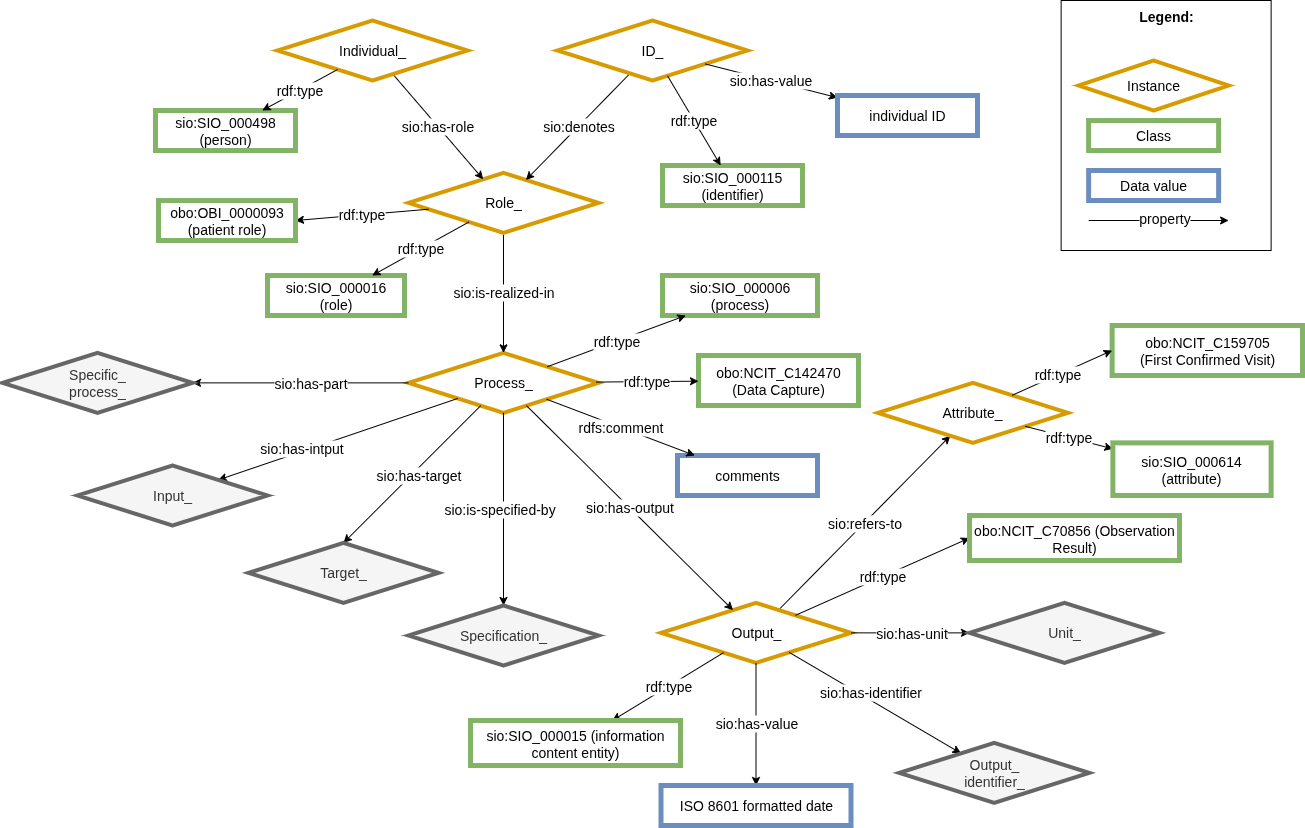
Earlier version of the draw.io export images/CARE-SM-First_visit.drawio.png (CARE-SM/CARE-Semantic-Model). Source tidied: cells renumbered, new cells last; positions are measured from the earlier drawing's top-left corner, leaving out a move shared by most shapes.
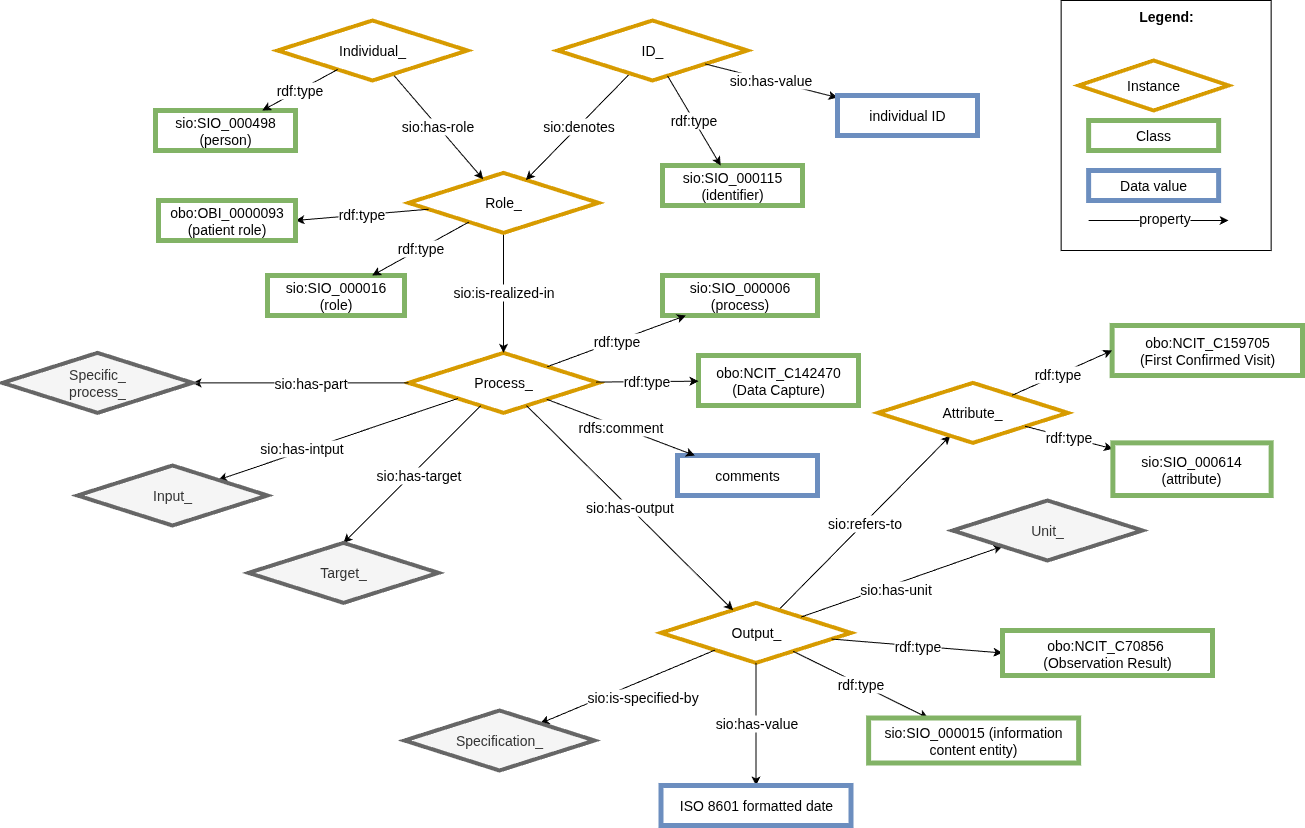
After the change.

The edit, as a diff of the source:
```diff
@@ -21,7 +21,7 @@
       <mxGeometry relative="1" as="geometry" />
     </mxCell>
     <mxCell id="8" value="&lt;font style=&quot;font-size: 14px;&quot;&gt;sio:SIO_000015 (information content entity)&lt;/font&gt;" style="whiteSpace=wrap;html=1;fillColor=#FFFFFF;strokeColor=#82b366;strokeWidth=5;fontSize=14;" parent="1" vertex="1">
-      <mxGeometry x="468" y="720" width="210" height="45" as="geometry" />
+      <mxGeometry x="866.1" y="717.5" width="210" height="45" as="geometry" />
     </mxCell>
     <mxCell id="9" value="Role_" style="rhombus;whiteSpace=wrap;html=1;fillColor=#FFFFFF;strokeColor=#D79B00;perimeter=rhombusPerimeter;arcSize=20;comic=0;enumerate=0;strokeWidth=4;rounded=0;fontSize=14;" parent="1" vertex="1">
       <mxGeometry x="406" y="172.4" width="190" height="60" as="geometry" />
@@ -64,7 +64,7 @@
         <mxPoint x="-61" y="18" as="offset" />
       </mxGeometry>
     </mxCell>
-    <mxCell id="22" style="edgeStyle=none;rounded=0;jettySize=auto;html=1;strokeWidth=1;fontSize=14;" parent="1" edge="1" source="4" target="24">
+    <mxCell id="22" style="edgeStyle=none;rounded=0;jettySize=auto;html=1;strokeWidth=1;fontSize=14;" parent="1" edge="1" source="3" target="24">
       <mxGeometry relative="1" as="geometry" />
     </mxCell>
     <mxCell id="23" value="sio:is-specified-by" style="edgeLabel;html=1;align=center;verticalAlign=middle;fontSize=14;" parent="22" vertex="1">
@@ -73,7 +73,7 @@
       </mxGeometry>
     </mxCell>
     <mxCell id="24" value="Specification_" style="rhombus;whiteSpace=wrap;html=1;fillColor=#f5f5f5;strokeColor=#666666;perimeter=rhombusPerimeter;arcSize=20;comic=0;enumerate=0;strokeWidth=4;rounded=0;fontSize=14;fontColor=#333333;" parent="1" vertex="1">
-      <mxGeometry x="406" y="605" width="190" height="60" as="geometry" />
+      <mxGeometry x="402" y="710" width="190" height="60" as="geometry" />
     </mxCell>
     <mxCell id="25" value="Input_" style="rhombus;whiteSpace=wrap;html=1;fillColor=#f5f5f5;strokeColor=#666666;perimeter=rhombusPerimeter;arcSize=20;comic=0;enumerate=0;strokeWidth=4;rounded=0;fontSize=14;fontColor=#333333;" parent="1" vertex="1">
       <mxGeometry x="75" y="465" width="190" height="60" as="geometry" />
@@ -87,7 +87,7 @@
       </mxGeometry>
     </mxCell>
     <mxCell id="28" value="Unit_" style="rhombus;whiteSpace=wrap;html=1;fillColor=#f5f5f5;strokeColor=#666666;perimeter=rhombusPerimeter;arcSize=20;comic=0;enumerate=0;strokeWidth=4;rounded=0;fontSize=14;fontColor=#333333;" parent="1" vertex="1">
-      <mxGeometry x="967" y="602.4" width="190" height="60" as="geometry" />
+      <mxGeometry x="950" y="500" width="190" height="60" as="geometry" />
     </mxCell>
     <mxCell id="29" value="&lt;div style=&quot;text-align: left; font-size: 14px;&quot;&gt;&lt;span style=&quot;background-color: initial; font-size: 14px;&quot;&gt;&lt;b style=&quot;font-size: 14px;&quot;&gt;&lt;font style=&quot;font-size: 14px;&quot;&gt;Legend:&lt;/font&gt;&lt;/b&gt;&lt;/span&gt;&lt;/div&gt;&lt;div style=&quot;text-align: left; font-size: 14px;&quot;&gt;&lt;span style=&quot;background-color: initial; font-size: 14px;&quot;&gt;&lt;br style=&quot;font-size: 14px;&quot;&gt;&lt;/span&gt;&lt;/div&gt;&lt;div style=&quot;text-align: left; font-size: 14px;&quot;&gt;&lt;span style=&quot;background-color: initial; font-size: 14px;&quot;&gt;&lt;br style=&quot;font-size: 14px;&quot;&gt;&lt;/span&gt;&lt;/div&gt;&lt;div style=&quot;text-align: left; font-size: 14px;&quot;&gt;&lt;span style=&quot;background-color: initial; font-size: 14px;&quot;&gt;&lt;br style=&quot;font-size: 14px;&quot;&gt;&lt;/span&gt;&lt;/div&gt;&lt;div style=&quot;text-align: left; font-size: 14px;&quot;&gt;&lt;br style=&quot;font-size: 14px;&quot;&gt;&lt;/div&gt;&lt;div style=&quot;text-align: left; font-size: 14px;&quot;&gt;&lt;br style=&quot;font-size: 14px;&quot;&gt;&lt;/div&gt;&lt;div style=&quot;text-align: left; font-size: 14px;&quot;&gt;&lt;br style=&quot;font-size: 14px;&quot;&gt;&lt;/div&gt;&lt;div style=&quot;text-align: left; font-size: 14px;&quot;&gt;&lt;br style=&quot;font-size: 14px;&quot;&gt;&lt;/div&gt;&lt;div style=&quot;text-align: left; font-size: 14px;&quot;&gt;&lt;br style=&quot;font-size: 14px;&quot;&gt;&lt;/div&gt;&lt;div style=&quot;text-align: left; font-size: 14px;&quot;&gt;&lt;span style=&quot;background-color: initial; font-size: 14px;&quot;&gt;&lt;br style=&quot;font-size: 14px;&quot;&gt;&lt;/span&gt;&lt;/div&gt;&lt;div style=&quot;text-align: left; font-size: 14px;&quot;&gt;&lt;span style=&quot;background-color: initial; font-size: 14px;&quot;&gt;&lt;br style=&quot;font-size: 14px;&quot;&gt;&lt;/span&gt;&lt;/div&gt;&lt;div style=&quot;text-align: left; font-size: 14px;&quot;&gt;&lt;span style=&quot;background-color: initial; font-size: 14px;&quot;&gt;&lt;br style=&quot;font-size: 14px;&quot;&gt;&lt;/span&gt;&lt;/div&gt;&lt;div style=&quot;text-align: left; font-size: 14px;&quot;&gt;&lt;span style=&quot;background-color: initial; font-size: 14px;&quot;&gt;&lt;br style=&quot;font-size: 14px;&quot;&gt;&lt;/span&gt;&lt;/div&gt;&lt;div style=&quot;text-align: left; font-size: 14px;&quot;&gt;&lt;span style=&quot;background-color: initial; font-size: 14px;&quot;&gt;&lt;br style=&quot;font-size: 14px;&quot;&gt;&lt;/span&gt;&lt;/div&gt;" style="rounded=0;whiteSpace=wrap;html=1;fontSize=14;" parent="1" vertex="1">
       <mxGeometry x="1058.6" width="210" height="250" as="geometry" />
@@ -135,17 +135,6 @@
     <mxCell id="41" value="Specific_&lt;div&gt;process_&lt;/div&gt;" style="rhombus;whiteSpace=wrap;html=1;fillColor=#f5f5f5;strokeColor=#666666;perimeter=rhombusPerimeter;arcSize=20;comic=0;enumerate=0;strokeWidth=4;rounded=0;fontSize=14;fontColor=#333333;" parent="1" vertex="1">
       <mxGeometry y="352.4" width="190" height="60" as="geometry" />
     </mxCell>
-    <mxCell id="42" style="edgeStyle=none;rounded=0;jettySize=auto;html=1;fontSize=14;" parent="1" edge="1" source="3" target="44">
-      <mxGeometry relative="1" as="geometry" />
-    </mxCell>
-    <mxCell id="43" value="sio:has-identifier" style="edgeLabel;html=1;align=center;verticalAlign=middle;fontSize=14;" parent="42" vertex="1">
-      <mxGeometry x="-0.21" y="-1" relative="1" as="geometry">
-        <mxPoint x="13" y="-1" as="offset" />
-      </mxGeometry>
-    </mxCell>
-    <mxCell id="44" value="Output_&lt;div style=&quot;font-size: 14px;&quot;&gt;identifier_&lt;/div&gt;" style="rhombus;whiteSpace=wrap;html=1;fillColor=#f5f5f5;strokeColor=#666666;perimeter=rhombusPerimeter;arcSize=20;comic=0;enumerate=0;strokeWidth=4;rounded=0;fontSize=14;fontColor=#333333;" parent="1" vertex="1">
-      <mxGeometry x="896.8" y="742.4" width="190" height="60" as="geometry" />
-    </mxCell>
     <mxCell id="45" value="rdf:type" style="edgeStyle=none;rounded=0;jettySize=auto;html=1;fontSize=14;" parent="1" edge="1" source="9" target="17">
       <mxGeometry relative="1" as="geometry" />
     </mxCell>
@@ -155,8 +144,8 @@
     <mxCell id="47" value="rdf:type" style="edgeStyle=none;rounded=0;jettySize=auto;html=1;entryX=0;entryY=0.5;entryDx=0;entryDy=0;fontSize=14;" parent="1" edge="1" source="3" target="48">
       <mxGeometry relative="1" as="geometry" />
     </mxCell>
-    <mxCell id="48" value="obo:NCIT_C70856 (Observation Result)" style="whiteSpace=wrap;html=1;fillColor=#FFFFFF;strokeColor=#82b366;strokeWidth=5;fontSize=14;" parent="1" vertex="1">
-      <mxGeometry x="967" y="515" width="210" height="45" as="geometry" />
+    <mxCell id="48" value="obo:NCIT_C70856&amp;nbsp;&lt;div&gt;(Observation Result)&lt;/div&gt;" style="whiteSpace=wrap;html=1;fillColor=#FFFFFF;strokeColor=#82b366;strokeWidth=5;fontSize=14;" parent="1" vertex="1">
+      <mxGeometry x="1000" y="630" width="210" height="45" as="geometry" />
     </mxCell>
     <mxCell id="49" value="obo:NCIT_C159705&lt;div&gt;(First Confirmed Visit)&lt;span style=&quot;background-color: initial; font-size: 14px;&quot;&gt;&lt;br style=&quot;font-size: 14px;&quot;&gt;&lt;/span&gt;&lt;/div&gt;" style="whiteSpace=wrap;html=1;fillColor=#FFFFFF;strokeColor=#82b366;strokeWidth=5;fontSize=14;" parent="1" vertex="1">
       <mxGeometry x="1109.6" y="325" width="190.4" height="50" as="geometry" />
```
